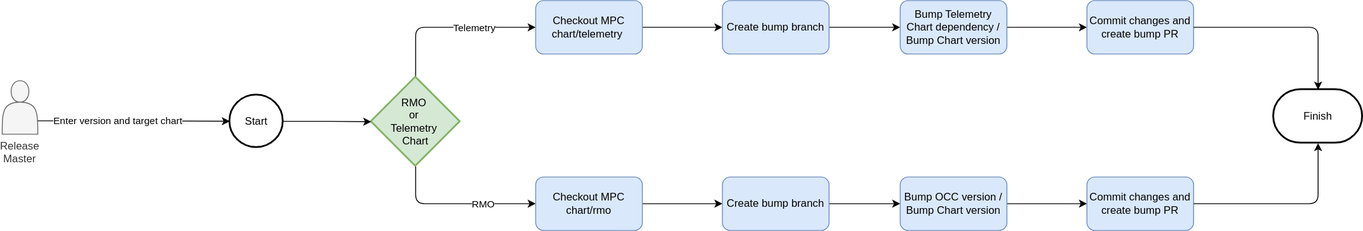
Before: docs/contributor/assets/auditable-release-mpc-release.drawio.svg, a diagram exported from draw.io (kyma-project/telemetry-manager). Source tidied: cells renumbered, new cells last; positions are measured from the earlier drawing's top-left corner, leaving out a move shared by most shapes.
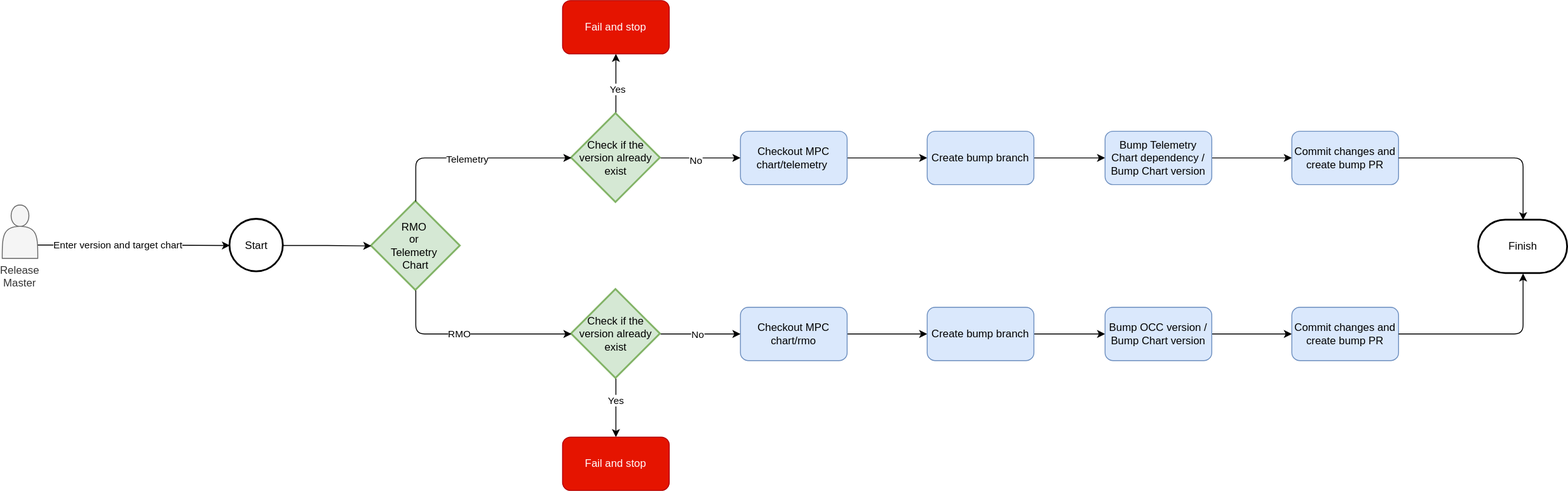
After the change.

The edit, as a diff of the source:
```diff
@@ -3,10 +3,10 @@
     <mxCell id="0" />
     <mxCell id="1" parent="0" />
     <mxCell id="2" value="Release Master" style="shape=actor;whiteSpace=wrap;html=1;labelPosition=center;verticalLabelPosition=bottom;align=center;verticalAlign=top;fillColor=#f5f5f5;fontColor=#333333;strokeColor=#666666;" parent="1" vertex="1">
-      <mxGeometry y="90" width="40" height="60" as="geometry" />
+      <mxGeometry x="-230" y="83" width="40" height="60" as="geometry" />
     </mxCell>
     <mxCell id="3" value="Start" style="strokeWidth=2;html=1;shape=mxgraph.flowchart.start_2;whiteSpace=wrap;" parent="1" vertex="1">
-      <mxGeometry x="256" y="106" width="60" height="59" as="geometry" />
+      <mxGeometry x="26" y="99" width="60" height="59" as="geometry" />
     </mxCell>
     <mxCell id="4" style="edgeStyle=orthogonalEdgeStyle;rounded=0;jettySize=auto;html=1;exitX=1;exitY=0.75;exitDx=0;exitDy=0;entryX=0;entryY=0.5;entryDx=0;entryDy=0;entryPerimeter=0;" parent="1" edge="1" source="2" target="3">
       <mxGeometry relative="1" as="geometry" />
@@ -14,24 +14,8 @@
     <mxCell id="5" value="Enter version and target chart" style="edgeLabel;html=1;align=center;verticalAlign=middle;" parent="4" vertex="1">
       <mxGeometry x="-0.17" y="1" relative="1" as="geometry" />
     </mxCell>
-    <mxCell id="6" style="edgeStyle=orthogonalEdgeStyle;rounded=1;jettySize=auto;html=1;exitX=0.5;exitY=1;exitDx=0;exitDy=0;exitPerimeter=0;entryX=0;entryY=0.5;entryDx=0;entryDy=0;curved=0;" parent="1" edge="1" source="10" target="12">
-      <mxGeometry relative="1" as="geometry" />
-    </mxCell>
-    <mxCell id="7" value="RMO" style="edgeLabel;html=1;align=center;verticalAlign=middle;" parent="6" vertex="1">
-      <mxGeometry x="-0.45" y="1" relative="1" as="geometry">
-        <mxPoint x="69" y="1" as="offset" />
-      </mxGeometry>
-    </mxCell>
-    <mxCell id="8" style="edgeStyle=orthogonalEdgeStyle;rounded=1;jettySize=auto;html=1;entryX=0;entryY=0.5;entryDx=0;entryDy=0;curved=0;exitX=0.5;exitY=0;exitDx=0;exitDy=0;exitPerimeter=0;" parent="1" edge="1" source="10" target="14">
-      <mxGeometry relative="1" as="geometry" />
-    </mxCell>
-    <mxCell id="9" value="Telemetry" style="edgeLabel;html=1;align=center;verticalAlign=middle;" parent="8" vertex="1">
-      <mxGeometry x="-0.32" y="3" relative="1" as="geometry">
-        <mxPoint x="56" y="3" as="offset" />
-      </mxGeometry>
-    </mxCell>
     <mxCell id="10" value="RMO&amp;nbsp;&lt;div&gt;or&amp;nbsp;&lt;div&gt;Telemetry&amp;nbsp;&lt;/div&gt;&lt;div&gt;Chart&lt;/div&gt;&lt;/div&gt;" style="strokeWidth=2;html=1;shape=mxgraph.flowchart.decision;whiteSpace=wrap;fillColor=#d5e8d4;strokeColor=#82b366;" parent="1" vertex="1">
-      <mxGeometry x="415" y="86" width="100" height="100" as="geometry" />
+      <mxGeometry x="185" y="79" width="100" height="100" as="geometry" />
     </mxCell>
     <mxCell id="11" style="edgeStyle=orthogonalEdgeStyle;rounded=0;jettySize=auto;html=1;exitX=1;exitY=0.5;exitDx=0;exitDy=0;entryX=0;entryY=0.5;entryDx=0;entryDy=0;" parent="1" edge="1" source="12" target="16">
       <mxGeometry relative="1" as="geometry" />
@@ -87,5 +71,53 @@
     <mxCell id="28" style="edgeStyle=orthogonalEdgeStyle;rounded=1;jettySize=auto;html=1;exitX=1;exitY=0.5;exitDx=0;exitDy=0;entryX=0.5;entryY=1;entryDx=0;entryDy=0;entryPerimeter=0;curved=0;" parent="1" edge="1" source="19" target="20">
       <mxGeometry relative="1" as="geometry" />
     </mxCell>
+    <mxCell id="29" style="edgeStyle=orthogonalEdgeStyle;rounded=0;jettySize=auto;html=1;exitX=0.5;exitY=0;exitDx=0;exitDy=0;exitPerimeter=0;entryX=0.5;entryY=1;entryDx=0;entryDy=0;" parent="1" edge="1" source="33" target="41">
+      <mxGeometry relative="1" as="geometry" />
+    </mxCell>
+    <mxCell id="30" value="Yes" style="edgeLabel;html=1;align=center;verticalAlign=middle;" parent="29" vertex="1">
+      <mxGeometry x="-0.16" y="-1" relative="1" as="geometry" />
+    </mxCell>
+    <mxCell id="31" style="edgeStyle=orthogonalEdgeStyle;rounded=0;jettySize=auto;html=1;exitX=1;exitY=0.5;exitDx=0;exitDy=0;exitPerimeter=0;entryX=0;entryY=0.5;entryDx=0;entryDy=0;" parent="1" edge="1" source="33" target="14">
+      <mxGeometry relative="1" as="geometry" />
+    </mxCell>
+    <mxCell id="32" value="No" style="edgeLabel;html=1;align=center;verticalAlign=middle;" parent="31" vertex="1">
+      <mxGeometry x="-0.13" y="-2" relative="1" as="geometry" />
+    </mxCell>
+    <mxCell id="33" value="Check if the version already exist" style="strokeWidth=2;html=1;shape=mxgraph.flowchart.decision;whiteSpace=wrap;fillColor=#d5e8d4;strokeColor=#82b366;" parent="1" vertex="1">
+      <mxGeometry x="410" y="-20" width="100" height="100" as="geometry" />
+    </mxCell>
+    <mxCell id="34" style="edgeStyle=orthogonalEdgeStyle;rounded=0;jettySize=auto;html=1;exitX=0.5;exitY=1;exitDx=0;exitDy=0;exitPerimeter=0;entryX=0.5;entryY=0;entryDx=0;entryDy=0;" parent="1" edge="1" source="38" target="42">
+      <mxGeometry relative="1" as="geometry" />
+    </mxCell>
+    <mxCell id="35" value="Yes" style="edgeLabel;html=1;align=center;verticalAlign=middle;" parent="34" vertex="1">
+      <mxGeometry x="-0.27" y="-1" relative="1" as="geometry" />
+    </mxCell>
+    <mxCell id="36" style="edgeStyle=orthogonalEdgeStyle;rounded=0;jettySize=auto;html=1;exitX=1;exitY=0.5;exitDx=0;exitDy=0;exitPerimeter=0;entryX=0;entryY=0.5;entryDx=0;entryDy=0;" parent="1" edge="1" source="38" target="12">
+      <mxGeometry relative="1" as="geometry" />
+    </mxCell>
+    <mxCell id="37" value="No" style="edgeLabel;html=1;align=center;verticalAlign=middle;" parent="36" vertex="1">
+      <mxGeometry x="-0.09" relative="1" as="geometry" />
+    </mxCell>
+    <mxCell id="38" value="Check if the version already exist" style="strokeWidth=2;html=1;shape=mxgraph.flowchart.decision;whiteSpace=wrap;fillColor=#d5e8d4;strokeColor=#82b366;" parent="1" vertex="1">
+      <mxGeometry x="410" y="178" width="100" height="100" as="geometry" />
+    </mxCell>
+    <mxCell id="39" style="edgeStyle=orthogonalEdgeStyle;rounded=1;jettySize=auto;html=1;exitX=0.5;exitY=1;exitDx=0;exitDy=0;exitPerimeter=0;entryX=0;entryY=0.5;entryDx=0;entryDy=0;entryPerimeter=0;curved=0;" parent="1" edge="1" source="10" target="38">
+      <mxGeometry relative="1" as="geometry" />
+    </mxCell>
+    <mxCell id="7" value="RMO" style="edgeLabel;html=1;align=center;verticalAlign=middle;" parent="39" vertex="1">
+      <mxGeometry x="-0.13" y="1" relative="1" as="geometry" />
+    </mxCell>
+    <mxCell id="40" style="edgeStyle=orthogonalEdgeStyle;rounded=1;jettySize=auto;html=1;exitX=0.5;exitY=0;exitDx=0;exitDy=0;exitPerimeter=0;entryX=0;entryY=0.5;entryDx=0;entryDy=0;entryPerimeter=0;curved=0;" parent="1" edge="1" source="10" target="33">
+      <mxGeometry relative="1" as="geometry" />
+    </mxCell>
+    <mxCell id="9" value="Telemetry" style="edgeLabel;html=1;align=center;verticalAlign=middle;" parent="40" vertex="1">
+      <mxGeometry x="-0.05" y="-1" relative="1" as="geometry" />
+    </mxCell>
+    <mxCell id="41" value="Fail and stop" style="rounded=1;whiteSpace=wrap;html=1;fillColor=#e51400;fontColor=#ffffff;strokeColor=#B20000;" parent="1" vertex="1">
+      <mxGeometry x="400" y="-147" width="120" height="60" as="geometry" />
+    </mxCell>
+    <mxCell id="42" value="Fail and stop" style="rounded=1;whiteSpace=wrap;html=1;fillColor=#e51400;strokeColor=#B20000;fontColor=#ffffff;" parent="1" vertex="1">
+      <mxGeometry x="400" y="344" width="120" height="60" as="geometry" />
+    </mxCell>
   </root>
 </mxGraphModel>
```
